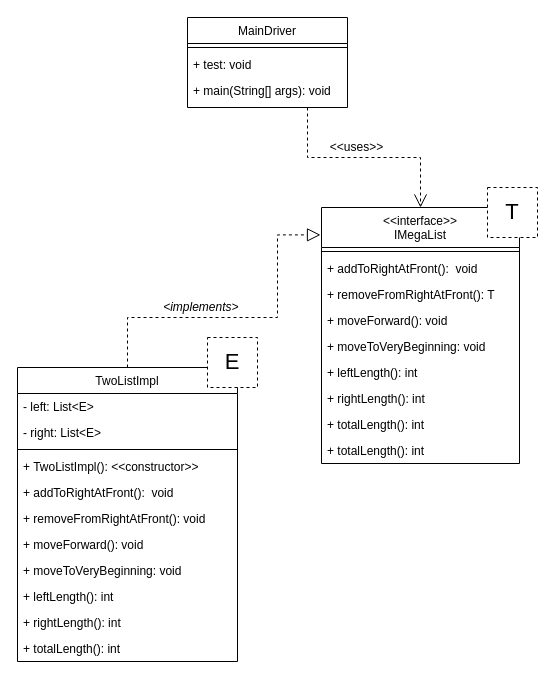
Before: Untitled Diagram.drawio in hek5118/hek5118-311-test-repo, a draw.io diagram. Source tidied: cells renumbered, new cells numbered last; positions are measured from the earlier drawing's top-left corner, leaving out a move shared by most shapes. Both pictures are drawn from the tidied source at 100%, with x=0, y=0 at pixel (17, 17).
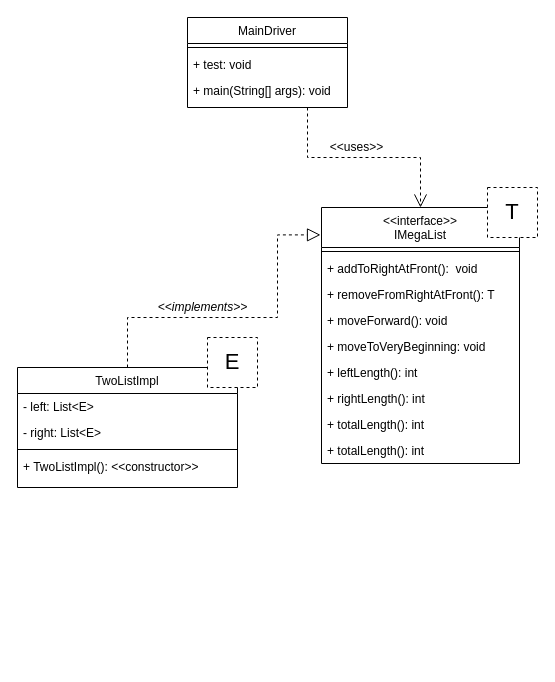
The same diagram, later.

Change to the diagram source:
```diff
@@
     <mxCell id="8" value="TwoListImpl" style="swimlane;fontStyle=0;align=center;verticalAlign=top;horizontal=1;startSize=26;rounded=0;shadow=0;strokeWidth=1;" parent="1" vertex="1">
-      <mxGeometry y="350" width="220" height="294" as="geometry" />
+      <mxGeometry y="350" width="220" height="120" as="geometry" />
     </mxCell>
@@
-    <mxCell id="13" value="+ addToRightAtFront():  void&#10;" style="text;align=left;verticalAlign=top;spacingLeft=4;spacingRight=4;overflow=hidden;" parent="8" vertex="1">
-      <mxGeometry y="112" width="220" height="26" as="geometry" />
-    </mxCell>
-    <mxCell id="14" value="+ removeFromRightAtFront(): void" style="text;align=left;verticalAlign=top;spacingLeft=4;spacingRight=4;overflow=hidden;" parent="8" vertex="1">
-      <mxGeometry y="138" width="220" height="26" as="geometry" />
-    </mxCell>
-    <mxCell id="15" value="+ moveForward(): void" style="text;align=left;verticalAlign=top;spacingLeft=4;spacingRight=4;overflow=hidden;" parent="8" vertex="1">
-      <mxGeometry y="164" width="220" height="26" as="geometry" />
-    </mxCell>
-    <mxCell id="16" value="+ moveToVeryBeginning: void" style="text;align=left;verticalAlign=top;spacingLeft=4;spacingRight=4;overflow=hidden;" parent="8" vertex="1">
-      <mxGeometry y="190" width="220" height="26" as="geometry" />
-    </mxCell>
-    <mxCell id="17" value="+ leftLength(): int" style="text;align=left;verticalAlign=top;spacingLeft=4;spacingRight=4;overflow=hidden;" parent="8" vertex="1">
-      <mxGeometry y="216" width="220" height="26" as="geometry" />
-    </mxCell>
-    <mxCell id="18" value="+ rightLength(): int" style="text;align=left;verticalAlign=top;spacingLeft=4;spacingRight=4;overflow=hidden;" parent="8" vertex="1">
-      <mxGeometry y="242" width="220" height="26" as="geometry" />
-    </mxCell>
-    <mxCell id="19" value="+ totalLength(): int" style="text;align=left;verticalAlign=top;spacingLeft=4;spacingRight=4;overflow=hidden;" parent="8" vertex="1">
-      <mxGeometry y="268" width="220" height="26" as="geometry" />
-    </mxCell>
@@
-    <mxCell id="30" value="&lt;i&gt;&amp;lt;implements&amp;gt;&amp;nbsp;&lt;/i&gt;" style="text;html=1;align=center;verticalAlign=middle;rotation=0;" parent="1" vertex="1">
-      <mxGeometry x="140" y="280" width="90" height="20" as="geometry" />
+    <mxCell id="30" value="&lt;i&gt;&amp;lt;&amp;lt;implements&amp;gt;&amp;gt;&lt;/i&gt;" style="text;html=1;align=center;verticalAlign=middle;rotation=0;" parent="1" vertex="1">
+      <mxGeometry x="130" y="280" width="110" height="20" as="geometry" />
     </mxCell>
```
